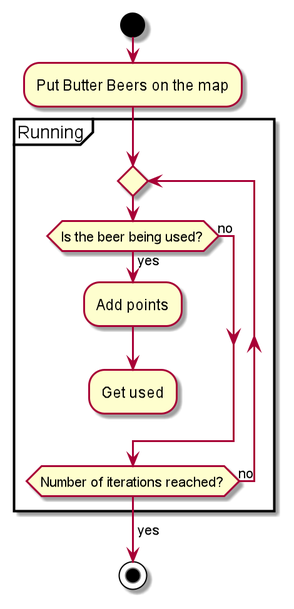
The PlantUML diagram diagrams/activity-beer.png in bauerkamil/hogwartSim, before a commit. The source it was exported from:
```plantuml
@startuml

start

:Put Butter Beers on the map;

partition Running {
    repeat
        if (Is the beer being used?) then (yes)
            :Add points;
            :Get used;
            kill
        else (no)
        endif
    repeat while (Number of iterations reached?) is (no)
->yes;
}

stop


@enduml
```
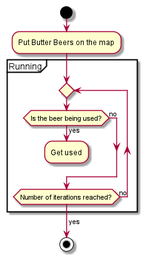
The same file after the commit.

What changed in the source:
```diff
@@ -7,7 +7,6 @@
 partition Running {
     repeat
         if (Is the beer being used?) then (yes)
-            :Add points;
             :Get used;
             kill
         else (no)
```
